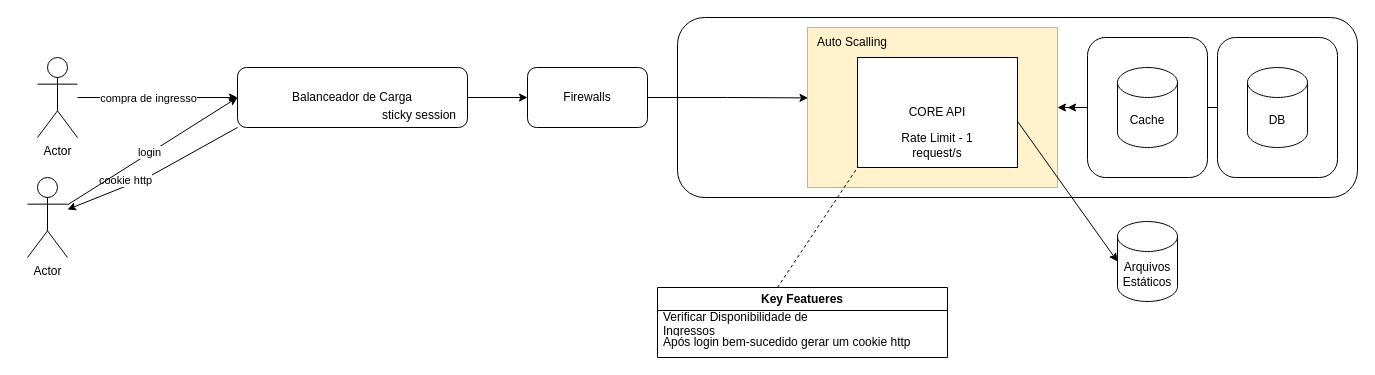
The draw.io diagram BigDataCorp.drawio in elisiomualumene/bigdatacorp_architecture, before the edit. Source tidied: cells renumbered, new cells numbered last; positions are measured from the earlier drawing's top-left corner, leaving out a move shared by most shapes. Both pictures are drawn from the tidied source at 100%, with x=0, y=0 at pixel (27, 17).
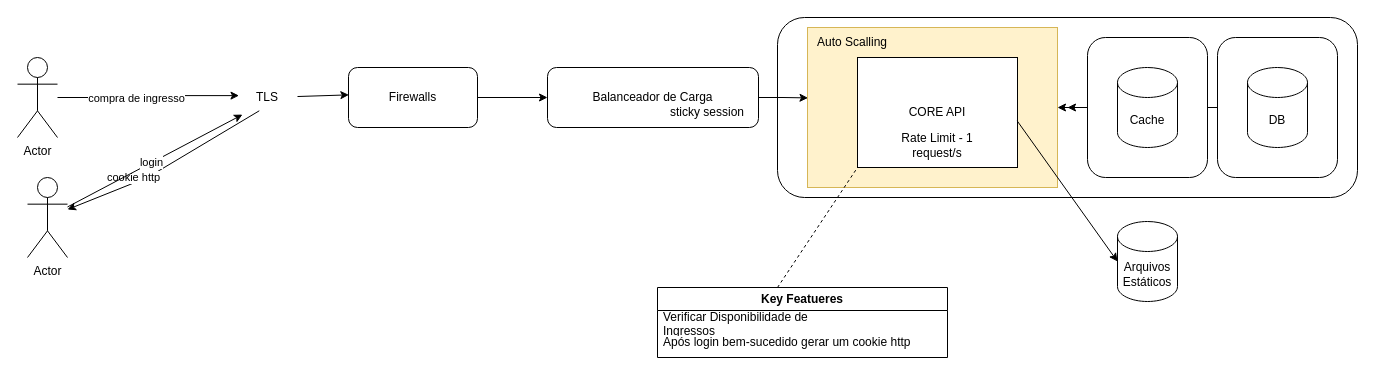
The same page after the edit.

The change refers to these unchanged cells:
```xml
<mxCell id="12" value="Actor" style="shape=umlActor;verticalLabelPosition=bottom;verticalAlign=top;html=1;outlineConnect=0;" parent="1" vertex="1">
  <mxGeometry y="160" width="40" height="80" as="geometry" />
</mxCell>
```

Diff of the diagram source:
```diff
@@
-    <mxCell id="2" style="rounded=0;jettySize=auto;html=1;exitX=0;exitY=1;exitDx=0;exitDy=0;" parent="1" edge="1" source="5" target="12">
+    <mxCell id="2" style="rounded=0;jettySize=auto;html=1;exitX=0.363;exitY=0.943;exitDx=0;exitDy=0;exitPerimeter=0;" parent="1" edge="1" source="33" target="12">
       <mxGeometry relative="1" as="geometry">
         <Array as="points">
           <mxPoint x="120" y="160" />
         </Array>
       </mxGeometry>
     </mxCell>
@@
-    <mxCell id="5" value="Balanceador de Carga" style="rounded=1;whiteSpace=wrap;html=1;" parent="1" vertex="1">
-      <mxGeometry x="210" y="50" width="230" height="60" as="geometry" />
+    <mxCell id="5" value="Firewalls" style="rounded=1;whiteSpace=wrap;html=1;" parent="1" vertex="1">
+      <mxGeometry x="321" y="50" width="129" height="60" as="geometry" />
     </mxCell>
-    <mxCell id="6" style="edgeStyle=orthogonalEdgeStyle;rounded=0;jettySize=auto;html=1;entryX=0;entryY=0.5;entryDx=0;entryDy=0;" parent="1" edge="1" source="8" target="5">
+    <mxCell id="6" style="edgeStyle=orthogonalEdgeStyle;rounded=0;jettySize=auto;html=1;entryX=0.025;entryY=0.437;entryDx=0;entryDy=0;entryPerimeter=0;" parent="1" edge="1" source="8" target="33">
       <mxGeometry relative="1" as="geometry" />
     </mxCell>
@@
     <mxCell id="8" value="Actor" style="shape=umlActor;verticalLabelPosition=bottom;verticalAlign=top;html=1;outlineConnect=0;" parent="1" vertex="1">
-      <mxGeometry x="10" y="40" width="40" height="80" as="geometry" />
+      <mxGeometry x="-10" y="40" width="40" height="80" as="geometry" />
     </mxCell>
-    <mxCell id="9" value="sticky session" style="text;html=1;align=center;verticalAlign=middle;whiteSpace=wrap;rounded=0;" parent="1" vertex="1">
-      <mxGeometry x="332" y="83" width="120" height="30" as="geometry" />
-    </mxCell>
-    <mxCell id="10" style="rounded=0;jettySize=auto;html=1;entryX=0;entryY=0.5;entryDx=0;entryDy=0;" parent="1" edge="1" source="12" target="5">
+    <mxCell id="10" style="rounded=0;jettySize=auto;html=1;entryX=0.083;entryY=1.07;entryDx=0;entryDy=0;entryPerimeter=0;" parent="1" edge="1" source="12" target="33">
       <mxGeometry relative="1" as="geometry" />
     </mxCell>
@@
+    <mxCell id="13" value="Balanceador de Carga" style="rounded=1;whiteSpace=wrap;html=1;" parent="1" vertex="1">
+      <mxGeometry x="520" y="50" width="211" height="60" as="geometry" />
+    </mxCell>
+    <mxCell id="9" value="sticky session" style="text;html=1;align=center;verticalAlign=middle;whiteSpace=wrap;rounded=0;" parent="1" vertex="1">
+      <mxGeometry x="620" y="80" width="120" height="30" as="geometry" />
+    </mxCell>
@@
-    <mxCell id="13" value="Firewalls" style="rounded=1;whiteSpace=wrap;html=1;" parent="1" vertex="1">
-      <mxGeometry x="500" y="50" width="120" height="60" as="geometry" />
-    </mxCell>
     <mxCell id="14" style="rounded=1;whiteSpace=wrap;html=1;" parent="1" vertex="1">
-      <mxGeometry x="650" width="680" height="180" as="geometry" />
+      <mxGeometry x="750" width="580" height="180" as="geometry" />
     </mxCell>
@@
+    <mxCell id="32" style="rounded=0;jettySize=auto;html=1;entryX=0.003;entryY=0.456;entryDx=0;entryDy=0;entryPerimeter=0;" parent="1" edge="1" source="33" target="5">
+      <mxGeometry relative="1" as="geometry" />
+    </mxCell>
+    <mxCell id="33" value="TLS" style="text;html=1;align=center;verticalAlign=middle;whiteSpace=wrap;rounded=0;" parent="1" vertex="1">
+      <mxGeometry x="210" y="65" width="60" height="30" as="geometry" />
+    </mxCell>
```
